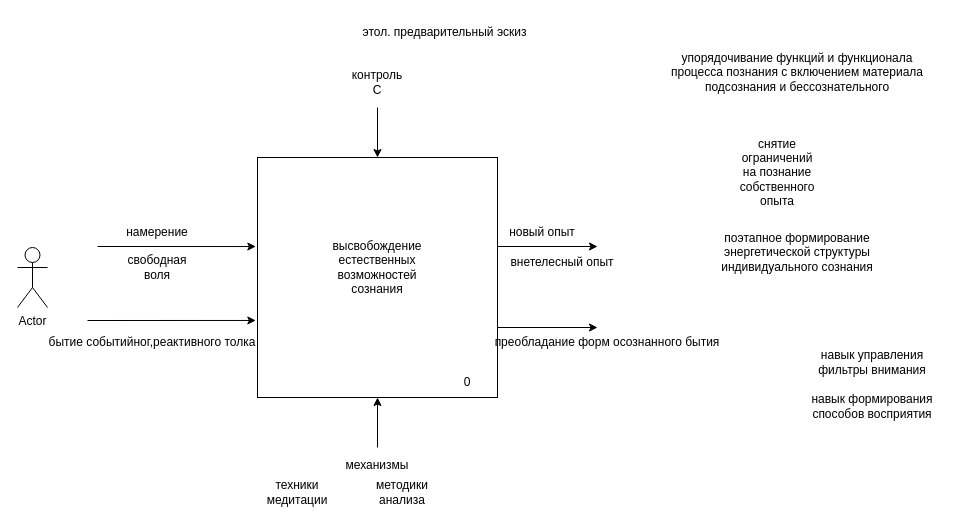
Before: page "Страница — 5" (5 of 5) of etol.drawio in emauter/GB_mysql, a draw.io diagram. Source tidied: cells renumbered, new cells numbered last; positions are measured from the earlier drawing's top-left corner, leaving out a move shared by most shapes. Both pictures are drawn from the tidied source at 100%, with x=0, y=0 at pixel (17, 17).
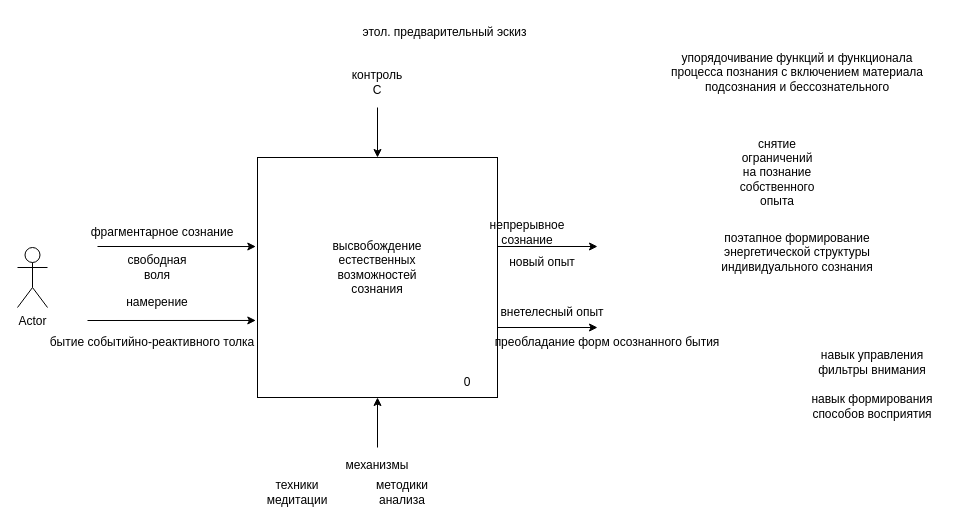
After the change.

The edit, as a diff of the source:
```diff
@@
     <mxCell id="12" value="внетелесный опыт" style="text;html=1;align=center;verticalAlign=middle;whiteSpace=wrap;rounded=0;" parent="1" vertex="1">
-      <mxGeometry x="480" y="230" width="130" height="30" as="geometry" />
+      <mxGeometry x="470" y="280" width="130" height="30" as="geometry" />
     </mxCell>
@@
     <mxCell id="14" value="новый опыт" style="text;html=1;align=center;verticalAlign=middle;whiteSpace=wrap;rounded=0;" parent="1" vertex="1">
-      <mxGeometry x="480" y="200" width="90" height="30" as="geometry" />
+      <mxGeometry x="480" y="230" width="90" height="30" as="geometry" />
     </mxCell>
@@
     <mxCell id="17" value="намерение" style="text;html=1;align=center;verticalAlign=middle;whiteSpace=wrap;rounded=0;" parent="1" vertex="1">
-      <mxGeometry x="110" y="200" width="60" height="30" as="geometry" />
+      <mxGeometry x="110" y="270" width="60" height="30" as="geometry" />
     </mxCell>
@@
-    <mxCell id="24" value="бытие событийног,реактивного толка&amp;nbsp; &amp;nbsp;" style="text;html=1;align=center;verticalAlign=middle;whiteSpace=wrap;rounded=0;" parent="1" vertex="1">
+    <mxCell id="24" value="бытие событийно-реактивного толка&amp;nbsp; &amp;nbsp;" style="text;html=1;align=center;verticalAlign=middle;whiteSpace=wrap;rounded=0;" parent="1" vertex="1">
       <mxGeometry x="20" y="310" width="240" height="30" as="geometry" />
     </mxCell>
@@
+    <mxCell id="28" value="фрагментарное сознание" style="text;html=1;align=center;verticalAlign=middle;whiteSpace=wrap;rounded=0;" parent="1" vertex="1">
+      <mxGeometry x="60" y="200" width="170" height="30" as="geometry" />
+    </mxCell>
+    <mxCell id="29" value="непрерывное сознание" style="text;html=1;align=center;verticalAlign=middle;whiteSpace=wrap;rounded=0;" parent="1" vertex="1">
+      <mxGeometry x="480" y="200" width="60" height="30" as="geometry" />
+    </mxCell>
```
